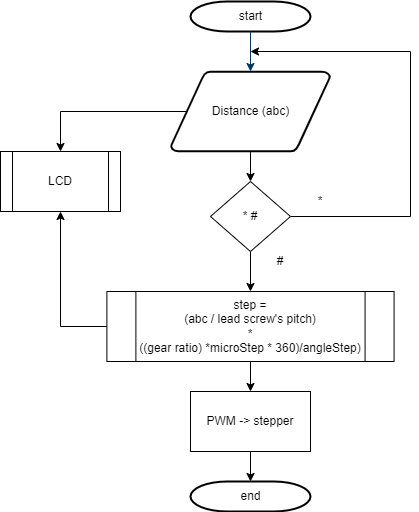
The draw.io diagram stepperDiagram.drawio.png in justSiro/StepperPosition, before a commit. Source tidied: cells renumbered, new cells last; positions are measured from the earlier drawing's top-left corner, leaving out a move shared by most shapes.
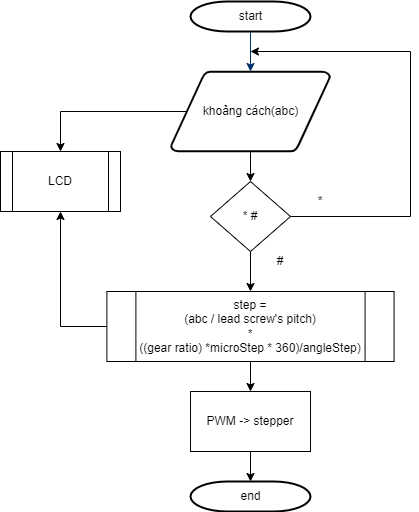
Above is the later version.

What changed in the source:
```diff
@@ -11,7 +11,7 @@
     <mxCell id="4" style="edgeStyle=orthogonalEdgeStyle;rounded=0;jettySize=auto;html=1;exitX=0.095;exitY=0.5;exitDx=0;exitDy=0;exitPerimeter=0;entryX=0.5;entryY=0;entryDx=0;entryDy=0;" parent="1" edge="1" source="5" target="11">
       <mxGeometry relative="1" as="geometry" />
     </mxCell>
-    <mxCell id="5" value="Distance (abc)" style="shape=mxgraph.flowchart.data;strokeWidth=2;gradientColor=none;gradientDirection=north;fontStyle=0;html=1;" parent="1" vertex="1">
+    <mxCell id="5" value="khoảng cách(abc)" style="shape=mxgraph.flowchart.data;strokeWidth=2;gradientColor=none;gradientDirection=north;fontStyle=0;html=1;" parent="1" vertex="1">
       <mxGeometry x="170.5" y="70" width="159" height="80" as="geometry" />
     </mxCell>
     <mxCell id="6" style="fontStyle=1;strokeColor=#003366;strokeWidth=1;html=1;" parent="1" edge="1" source="2" target="5">
```
